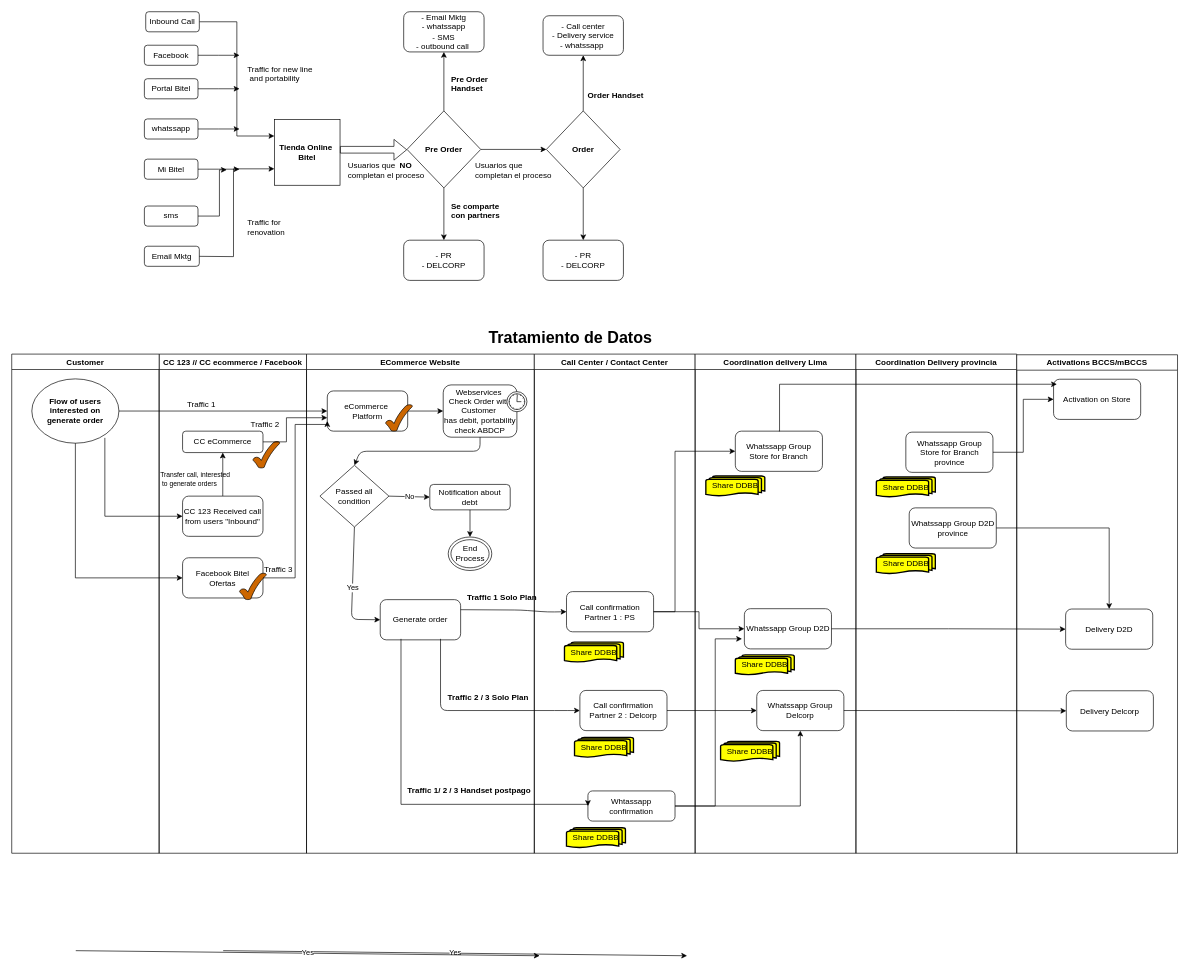
The draw.io diagram Management of Personal Data.drawio in czevallos99/Ecommerce, before the edit. Source tidied: cells renumbered, new cells numbered last; positions are measured from the earlier drawing's top-left corner, leaving out a move shared by most shapes. Both pictures are drawn from the tidied source at 67%, with x=0, y=0 at pixel (11, 11).
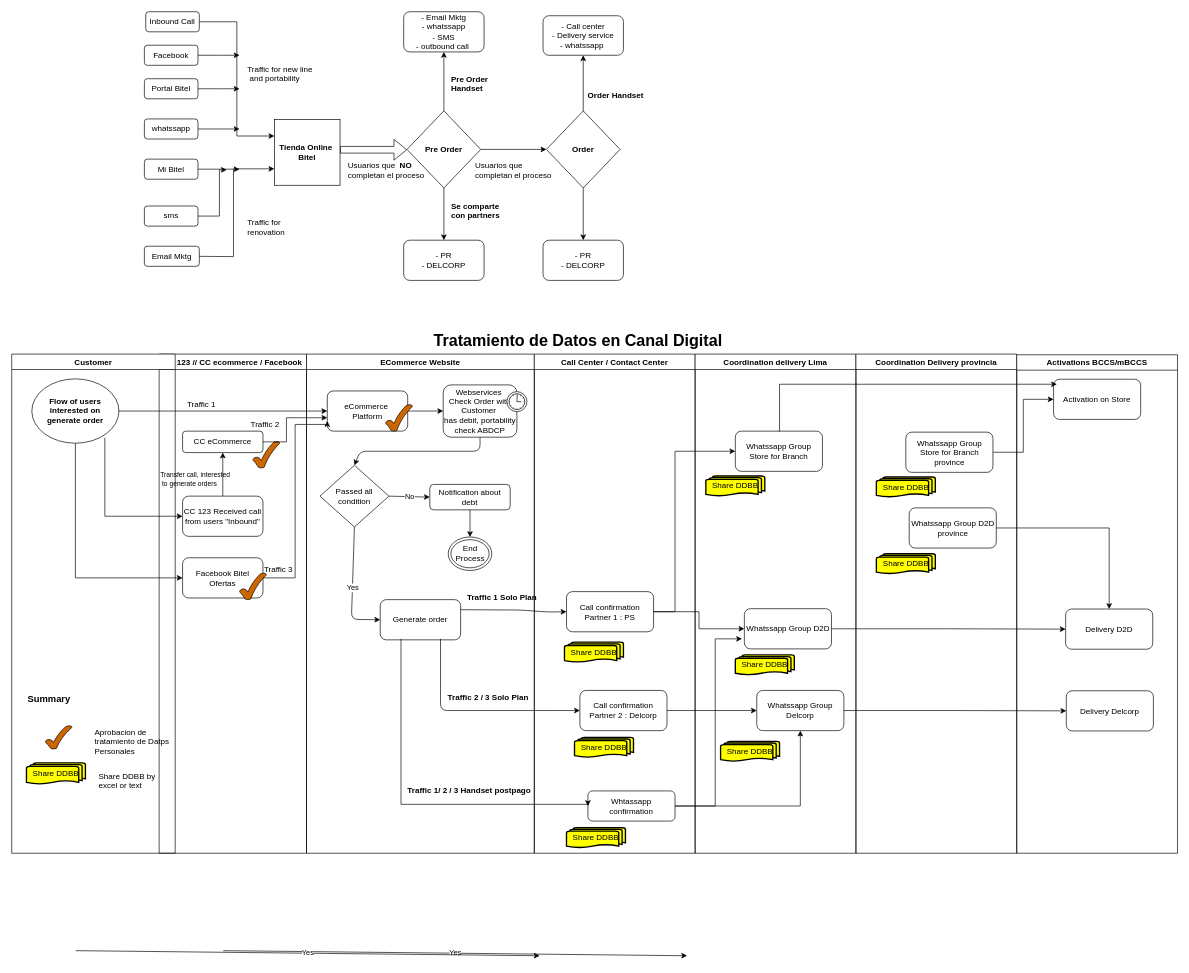
The same diagram, later.

The edit, as a diff of the source:
```diff
@@
     <mxCell id="89" value="Customer" style="swimlane;" parent="1" vertex="1">
-      <mxGeometry y="511" width="220" height="745" as="geometry" />
+      <mxGeometry y="511" width="244" height="745" as="geometry" />
     </mxCell>
@@
+    <mxCell id="110" value="Share DDBB" style="strokeWidth=2;html=1;shape=mxgraph.flowchart.multi-document;whiteSpace=wrap;fillColor=#FFFF00;" parent="89" vertex="1">
+      <mxGeometry x="22" y="610" width="88" height="32" as="geometry" />
+    </mxCell>
+    <mxCell id="111" style="verticalLabelPosition=bottom;verticalAlign=top;html=1;shape=mxgraph.basic.tick;fillColor=#CC6600;" parent="89" vertex="1">
+      <mxGeometry x="50" y="554.5" width="40" height="35" as="geometry" />
+    </mxCell>
+    <mxCell id="112" value="Aprobacion de&amp;nbsp;&lt;br&gt;tratamiento de Datps&lt;br&gt;Personales&lt;br&gt;" style="text;html=1;align=left;verticalAlign=top;spacingTop=-4;" parent="89" vertex="1">
+      <mxGeometry x="122" y="554.5" width="130" height="40" as="geometry" />
+    </mxCell>
+    <mxCell id="113" value="&lt;b&gt;&lt;font style=&quot;font-size: 14px&quot;&gt;Summary&lt;/font&gt;&lt;/b&gt;" style="text;html=1;align=left;verticalAlign=top;spacingTop=-4;" parent="89" vertex="1">
+      <mxGeometry x="22" y="503.5" width="80" height="20" as="geometry" />
+    </mxCell>
@@
-    <mxCell id="109" value="&lt;b&gt;&lt;font style=&quot;font-size: 24px&quot;&gt;Tratamiento de Datos&lt;/font&gt;&lt;/b&gt;" style="text;html=1;align=left;verticalAlign=top;spacingTop=-4;" parent="1" vertex="1">
-      <mxGeometry x="710" y="470" width="260" height="20" as="geometry" />
+    <mxCell id="109" value="&lt;b&gt;&lt;font style=&quot;font-size: 24px&quot;&gt;Tratamiento de Datos en Canal Digital&lt;/font&gt;&lt;/b&gt;" style="text;html=1;align=left;verticalAlign=top;spacingTop=-4;" parent="1" vertex="1">
+      <mxGeometry x="628" y="474" width="450" height="20" as="geometry" />
     </mxCell>
+    <mxCell id="114" value="Share DDBB by&amp;nbsp;&lt;br&gt;excel or text&lt;br&gt;" style="text;html=1;align=left;verticalAlign=top;spacingTop=-4;" parent="1" vertex="1">
+      <mxGeometry x="128" y="1131" width="100" height="30" as="geometry" />
+    </mxCell>
```
